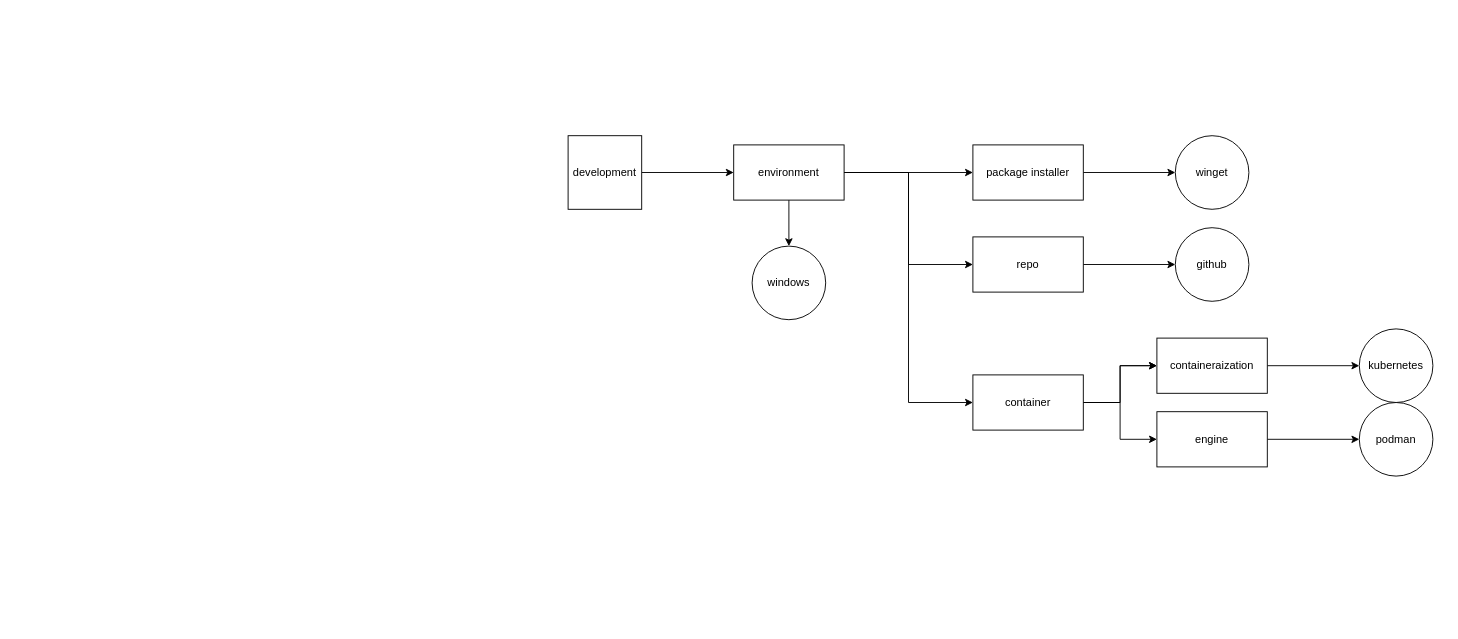
Earlier version of the draw.io diagram Tech_Stack.drawio (D-VARAM/DOCUMENTS). Source tidied: cells renumbered, new cells numbered last; positions are measured from the earlier drawing's top-left corner, leaving out a move shared by most shapes. Both pictures are drawn from the tidied source at 92%, with x=0, y=0 at pixel (568, 135).
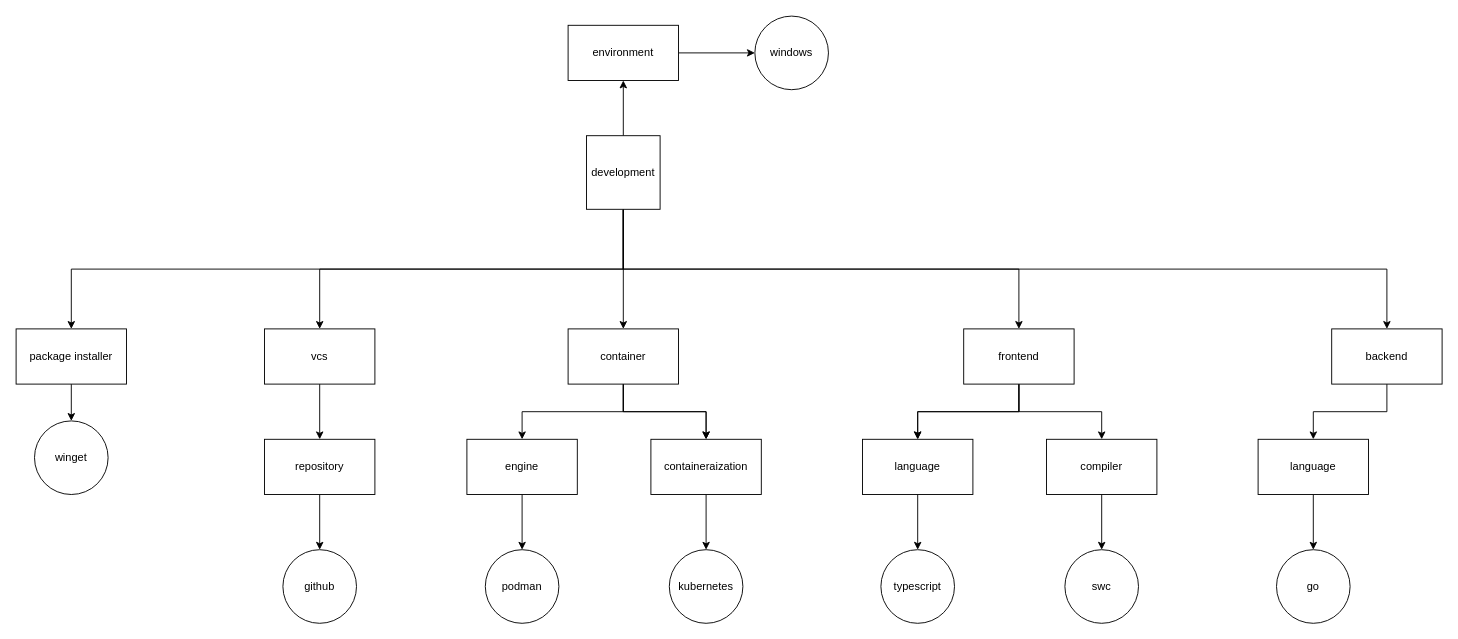
Above is the later version.

Commit message:
change tech stack diagram to vertical based

The edit, as a diff of the source:
```diff
@@
-    <mxCell id="2" style="edgeStyle=orthogonalEdgeStyle;rounded=0;jettySize=auto;html=1;entryX=0;entryY=0.5;entryDx=0;entryDy=0;exitX=1;exitY=0.5;exitDx=0;exitDy=0;" parent="1" edge="1" source="20" target="8">
+    <mxCell id="2" style="edgeStyle=orthogonalEdgeStyle;rounded=0;jettySize=auto;html=1;entryX=0.5;entryY=0;entryDx=0;entryDy=0;exitX=0.5;exitY=1;exitDx=0;exitDy=0;" parent="1" edge="1" source="6" target="8">
       <mxGeometry relative="1" as="geometry" />
     </mxCell>
-    <mxCell id="3" style="edgeStyle=orthogonalEdgeStyle;rounded=0;jettySize=auto;html=1;entryX=0;entryY=0.5;entryDx=0;entryDy=0;exitX=1;exitY=0.5;exitDx=0;exitDy=0;" parent="1" edge="1" source="20" target="11">
+    <mxCell id="3" style="edgeStyle=orthogonalEdgeStyle;rounded=0;jettySize=auto;html=1;entryX=0.5;entryY=0;entryDx=0;entryDy=0;exitX=0.5;exitY=1;exitDx=0;exitDy=0;" parent="1" edge="1" source="6" target="11">
       <mxGeometry relative="1" as="geometry" />
     </mxCell>
-    <mxCell id="4" style="edgeStyle=orthogonalEdgeStyle;rounded=0;jettySize=auto;html=1;exitX=1;exitY=0.5;exitDx=0;exitDy=0;entryX=0;entryY=0.5;entryDx=0;entryDy=0;" parent="1" edge="1" source="20" target="16">
-      <mxGeometry relative="1" as="geometry" />
-    </mxCell>
@@
+    <mxCell id="26" style="edgeStyle=orthogonalEdgeStyle;rounded=0;jettySize=auto;html=1;entryX=0.5;entryY=0;entryDx=0;entryDy=0;" parent="1" edge="1" source="6" target="16">
+      <mxGeometry relative="1" as="geometry" />
+    </mxCell>
+    <mxCell id="27" style="edgeStyle=orthogonalEdgeStyle;rounded=0;jettySize=auto;html=1;entryX=0.5;entryY=0;entryDx=0;entryDy=0;exitX=0.5;exitY=1;exitDx=0;exitDy=0;" parent="1" edge="1" source="6" target="33">
+      <mxGeometry relative="1" as="geometry" />
+    </mxCell>
+    <mxCell id="28" style="edgeStyle=orthogonalEdgeStyle;rounded=0;jettySize=auto;html=1;entryX=0.5;entryY=0;entryDx=0;entryDy=0;exitX=0.5;exitY=1;exitDx=0;exitDy=0;" parent="1" edge="1" source="6" target="41">
+      <mxGeometry relative="1" as="geometry" />
+    </mxCell>
     <mxCell id="6" value="development" style="whiteSpace=wrap;html=1;" parent="1" vertex="1">
-      <mxGeometry width="80" height="80" as="geometry" />
+      <mxGeometry x="20" width="80" height="80" as="geometry" />
     </mxCell>
@@
     <mxCell id="8" value="package installer" style="whiteSpace=wrap;html=1;" parent="1" vertex="1">
-      <mxGeometry x="440" y="10" width="120" height="60" as="geometry" />
+      <mxGeometry x="-600" y="210" width="120" height="60" as="geometry" />
     </mxCell>
     <mxCell id="9" value="winget" style="ellipse;whiteSpace=wrap;html=1;" parent="1" vertex="1">
-      <mxGeometry x="660" width="80" height="80" as="geometry" />
+      <mxGeometry x="-580" y="310" width="80" height="80" as="geometry" />
     </mxCell>
-    <mxCell id="10" style="edgeStyle=orthogonalEdgeStyle;rounded=0;jettySize=auto;html=1;entryX=0;entryY=0.5;entryDx=0;entryDy=0;" parent="1" edge="1" source="11" target="12">
-      <mxGeometry relative="1" as="geometry" />
-    </mxCell>
+    <mxCell id="29" style="edgeStyle=orthogonalEdgeStyle;rounded=0;jettySize=auto;html=1;" parent="1" edge="1" source="11" target="46">
+      <mxGeometry relative="1" as="geometry" />
+    </mxCell>
-    <mxCell id="11" value="repo" style="rounded=0;whiteSpace=wrap;html=1;" parent="1" vertex="1">
-      <mxGeometry x="440" y="110" width="120" height="60" as="geometry" />
+    <mxCell id="11" value="vcs" style="rounded=0;whiteSpace=wrap;html=1;" parent="1" vertex="1">
+      <mxGeometry x="-330" y="210" width="120" height="60" as="geometry" />
     </mxCell>
     <mxCell id="12" value="github" style="ellipse;whiteSpace=wrap;html=1;" parent="1" vertex="1">
-      <mxGeometry x="660" y="100" width="80" height="80" as="geometry" />
+      <mxGeometry x="-310" y="450" width="80" height="80" as="geometry" />
     </mxCell>
@@
-    <mxCell id="14" style="edgeStyle=orthogonalEdgeStyle;rounded=0;jettySize=auto;html=1;" parent="1" edge="1" source="16" target="22">
-      <mxGeometry relative="1" as="geometry" />
+    <mxCell id="14" style="edgeStyle=orthogonalEdgeStyle;rounded=0;jettySize=auto;html=1;exitX=0.5;exitY=1;exitDx=0;exitDy=0;" parent="1" edge="1" source="16" target="22">
+      <mxGeometry relative="1" as="geometry">
+        <Array as="points">
+          <mxPoint x="60" y="300" />
+          <mxPoint x="150" y="300" />
+        </Array>
+      </mxGeometry>
     </mxCell>
-    <mxCell id="15" style="edgeStyle=orthogonalEdgeStyle;rounded=0;jettySize=auto;html=1;entryX=0;entryY=0.5;entryDx=0;entryDy=0;" parent="1" edge="1" source="16" target="24">
+    <mxCell id="15" style="edgeStyle=orthogonalEdgeStyle;rounded=0;jettySize=auto;html=1;entryX=0.5;entryY=0;entryDx=0;entryDy=0;exitX=0.5;exitY=1;exitDx=0;exitDy=0;" parent="1" edge="1" source="16" target="24">
       <mxGeometry relative="1" as="geometry" />
     </mxCell>
     <mxCell id="16" value="container" style="rounded=0;whiteSpace=wrap;html=1;" parent="1" vertex="1">
-      <mxGeometry x="440" y="260" width="120" height="60" as="geometry" />
+      <mxGeometry y="210" width="120" height="60" as="geometry" />
     </mxCell>
     <mxCell id="17" value="kubernetes" style="ellipse;whiteSpace=wrap;html=1;rounded=0;" parent="1" vertex="1">
-      <mxGeometry x="860" y="210" width="80" height="80" as="geometry" />
+      <mxGeometry x="110" y="450" width="80" height="80" as="geometry" />
     </mxCell>
@@
     <mxCell id="19" value="windows" style="ellipse;whiteSpace=wrap;html=1;" parent="1" vertex="1">
-      <mxGeometry x="200" y="120" width="80" height="80" as="geometry" />
+      <mxGeometry x="203" y="-130" width="80" height="80" as="geometry" />
     </mxCell>
     <mxCell id="20" value="environment" style="whiteSpace=wrap;html=1;" parent="1" vertex="1">
-      <mxGeometry x="180" y="10" width="120" height="60" as="geometry" />
+      <mxGeometry y="-120" width="120" height="60" as="geometry" />
     </mxCell>
@@
     <mxCell id="22" value="containeraization" style="whiteSpace=wrap;html=1;rounded=0;" parent="1" vertex="1">
-      <mxGeometry x="640" y="220" width="120" height="60" as="geometry" />
+      <mxGeometry x="90" y="330" width="120" height="60" as="geometry" />
     </mxCell>
@@
     <mxCell id="24" value="engine" style="whiteSpace=wrap;html=1;rounded=0;" parent="1" vertex="1">
-      <mxGeometry x="640" y="300" width="120" height="60" as="geometry" />
+      <mxGeometry x="-110" y="330" width="120" height="60" as="geometry" />
     </mxCell>
     <mxCell id="25" value="podman" style="ellipse;whiteSpace=wrap;html=1;rounded=0;" parent="1" vertex="1">
-      <mxGeometry x="860" y="290" width="80" height="80" as="geometry" />
+      <mxGeometry x="-90" y="450" width="80" height="80" as="geometry" />
     </mxCell>
+    <mxCell id="30" style="edgeStyle=orthogonalEdgeStyle;rounded=0;jettySize=auto;html=1;" parent="1" edge="1" source="33" target="35">
+      <mxGeometry relative="1" as="geometry" />
+    </mxCell>
+    <mxCell id="31" style="edgeStyle=orthogonalEdgeStyle;rounded=0;jettySize=auto;html=1;" parent="1" edge="1" source="33" target="35">
+      <mxGeometry relative="1" as="geometry" />
+    </mxCell>
+    <mxCell id="32" style="edgeStyle=orthogonalEdgeStyle;rounded=0;jettySize=auto;html=1;" parent="1" edge="1" source="33" target="37">
+      <mxGeometry relative="1" as="geometry" />
+    </mxCell>
+    <mxCell id="33" value="frontend" style="whiteSpace=wrap;html=1;" parent="1" vertex="1">
+      <mxGeometry x="430" y="210" width="120" height="60" as="geometry" />
+    </mxCell>
+    <mxCell id="34" style="edgeStyle=orthogonalEdgeStyle;rounded=0;jettySize=auto;html=1;" parent="1" edge="1" source="35" target="38">
+      <mxGeometry relative="1" as="geometry" />
+    </mxCell>
+    <mxCell id="35" value="language" style="whiteSpace=wrap;html=1;" parent="1" vertex="1">
+      <mxGeometry x="320" y="330" width="120" height="60" as="geometry" />
+    </mxCell>
+    <mxCell id="36" style="edgeStyle=orthogonalEdgeStyle;rounded=0;jettySize=auto;html=1;" parent="1" edge="1" source="37" target="39">
+      <mxGeometry relative="1" as="geometry" />
+    </mxCell>
+    <mxCell id="37" value="compiler" style="whiteSpace=wrap;html=1;" parent="1" vertex="1">
+      <mxGeometry x="520" y="330" width="120" height="60" as="geometry" />
+    </mxCell>
+    <mxCell id="38" value="typescript" style="ellipse;whiteSpace=wrap;html=1;" parent="1" vertex="1">
+      <mxGeometry x="340" y="450" width="80" height="80" as="geometry" />
+    </mxCell>
+    <mxCell id="39" value="swc" style="ellipse;whiteSpace=wrap;html=1;" parent="1" vertex="1">
+      <mxGeometry x="540" y="450" width="80" height="80" as="geometry" />
+    </mxCell>
+    <mxCell id="40" style="edgeStyle=orthogonalEdgeStyle;rounded=0;jettySize=auto;html=1;" parent="1" edge="1" source="41" target="43">
+      <mxGeometry relative="1" as="geometry" />
+    </mxCell>
+    <mxCell id="41" value="backend" style="rounded=0;whiteSpace=wrap;html=1;" parent="1" vertex="1">
+      <mxGeometry x="830" y="210" width="120" height="60" as="geometry" />
+    </mxCell>
+    <mxCell id="42" style="edgeStyle=orthogonalEdgeStyle;rounded=0;jettySize=auto;html=1;" parent="1" edge="1" source="43" target="44">
+      <mxGeometry relative="1" as="geometry" />
+    </mxCell>
+    <mxCell id="43" value="language" style="whiteSpace=wrap;html=1;rounded=0;" parent="1" vertex="1">
+      <mxGeometry x="750" y="330" width="120" height="60" as="geometry" />
+    </mxCell>
+    <mxCell id="44" value="go" style="ellipse;whiteSpace=wrap;html=1;rounded=0;" parent="1" vertex="1">
+      <mxGeometry x="770" y="450" width="80" height="80" as="geometry" />
+    </mxCell>
+    <mxCell id="45" style="edgeStyle=orthogonalEdgeStyle;rounded=0;jettySize=auto;html=1;entryX=0.5;entryY=0;entryDx=0;entryDy=0;" parent="1" edge="1" source="46" target="12">
+      <mxGeometry relative="1" as="geometry" />
+    </mxCell>
+    <mxCell id="46" value="repository" style="whiteSpace=wrap;html=1;rounded=0;" parent="1" vertex="1">
+      <mxGeometry x="-330" y="330" width="120" height="60" as="geometry" />
+    </mxCell>
```
